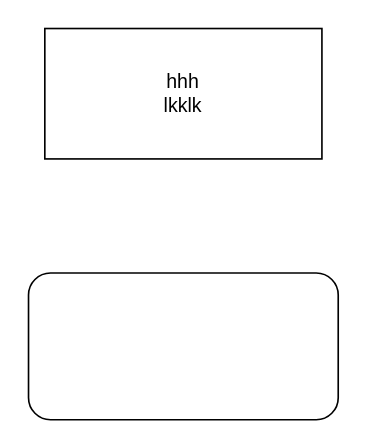
qqzy/picture keeps this draw.io diagram as test.drawio. Above is the earlier version. Source tidied: cells renumbered, new cells numbered last; positions are measured from the earlier drawing's top-left corner, leaving out a move shared by most shapes. Both pictures are drawn from the tidied source at 163%, with x=0, y=0 at pixel (28, 28).
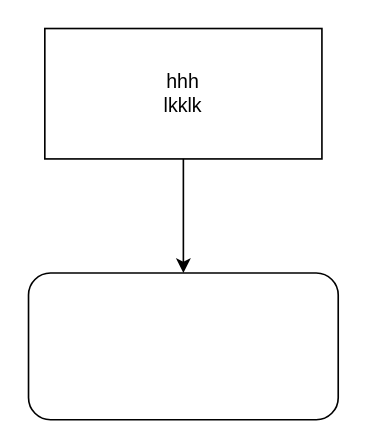
The same page after the edit.

The edit, as a diff of the source:
```diff
@@
 <mxGraphModel>
   <root>
     <mxCell id="0" />
     <mxCell id="1" parent="0" />
     <mxCell id="2" style="rounded=1;whiteSpace=wrap;html=1;" parent="1" vertex="1">
       <mxGeometry y="150" width="190" height="90" as="geometry" />
     </mxCell>
     <mxCell id="3" value="hhh&lt;div&gt;lkklk&lt;/div&gt;" style="rounded=0;whiteSpace=wrap;html=1;" parent="1" vertex="1">
       <mxGeometry x="10" width="170" height="80" as="geometry" />
     </mxCell>
+    <mxCell id="4" style="endArrow=classic;html=1;rounded=0;exitX=0.5;exitY=1;exitDx=0;exitDy=0;entryX=0.5;entryY=0;entryDx=0;entryDy=0;" parent="1" edge="1" source="3" target="2">
+      <mxGeometry relative="1" as="geometry" />
+    </mxCell>
   </root>
 </mxGraphModel>
```
